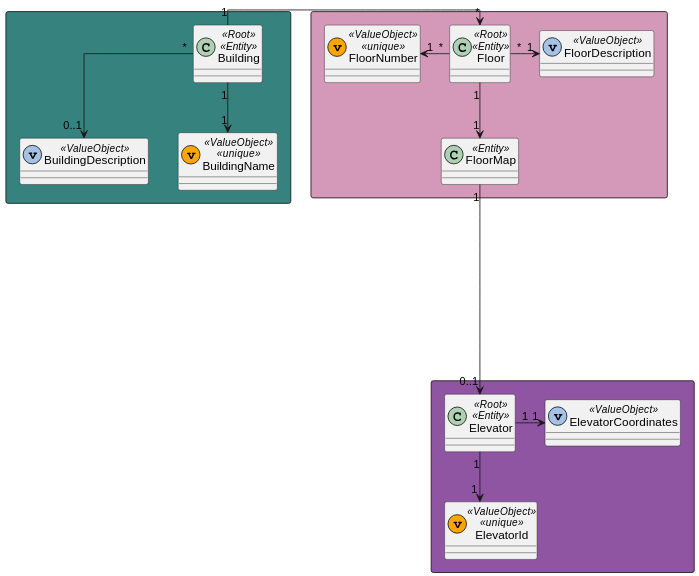
Above: docs/US_300/Diagrams/DomainModelExcerpt.svg in Pedro-Pereira1/sem5pi_23_24_g056 (PlantUML), before the change. The source it was exported from:
```plantuml
@startuml
skinparam linetype ortho


rectangle #36827F{
class Building  << Root >> << Entity >>
class BuildingDescription  << (v,#A4C2E5) ValueObject >>
class BuildingName  << (v,orange) ValueObject >> << unique >>
}

rectangle #D499B9{
class Floor  << Root >> << Entity >>
class FloorNumber  << (v,orange) ValueObject >> << unique >>
class FloorDescription  << (v,#A4C2E5) ValueObject >>
class FloorMap  << Entity >>

}
rectangle #9055A2{
class Elevator  << Root >> << Entity >>
class ElevatorId  << (v,orange) ValueObject >> << unique >>
class ElevatorCoordinates << (v,#A4C2E5) ValueObject >>
}


Building "1"->"*" Floor
Building "*"-->"0..1" BuildingDescription
Building "1"-->"1" BuildingName

Floor "1"-d->"1" FloorMap
Floor "*"-u>"1" FloorNumber
Floor "*"->"1" FloorDescription
FloorMap "1"-d---->"0..1" Elevator


Elevator "1"-d->"1" ElevatorId
Elevator "1"->"1" ElevatorCoordinates
@enduml
```
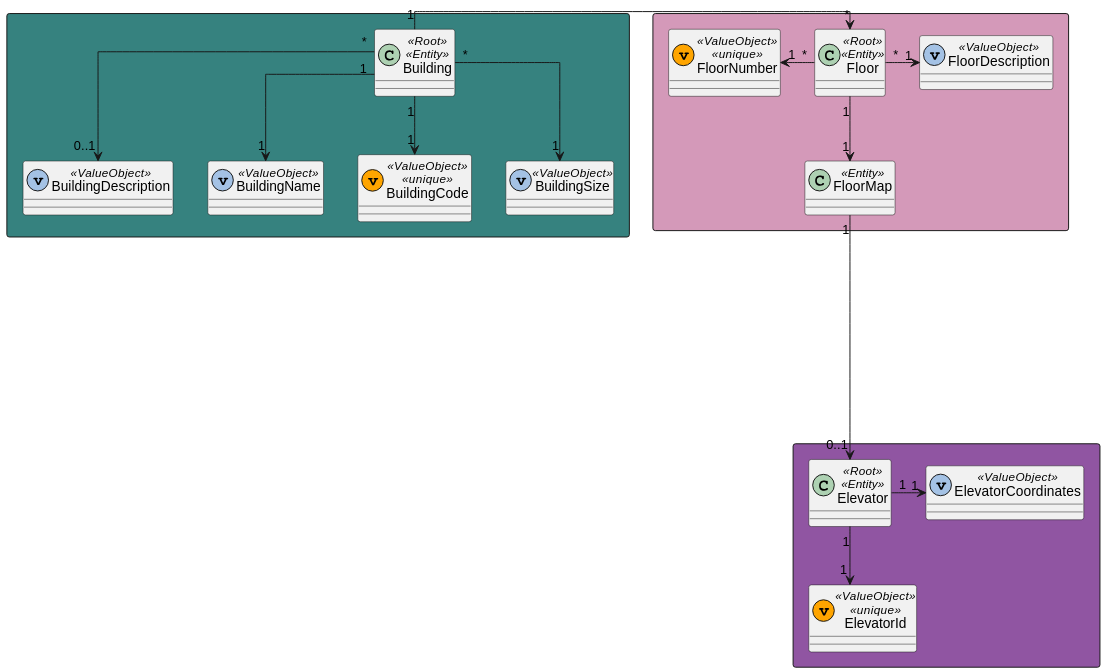
Above is the later version.

Commit message:
Updated Documentation updated Domain Model Excerpt with new Domain Model of US200

Diff of the diagram source:
```diff
@@ -5,7 +5,9 @@
 rectangle #36827F{
 class Building  << Root >> << Entity >>
 class BuildingDescription  << (v,#A4C2E5) ValueObject >>
-class BuildingName  << (v,orange) ValueObject >> << unique >>
+class BuildingName  << (v,#A4C2E5) ValueObject >>
+class BuildingCode  << (v,orange) ValueObject >> << unique >>
+class BuildingSize  << (v,#A4C2E5) ValueObject >>
 }
 
 rectangle #D499B9{
@@ -25,6 +27,8 @@
 Building "1"->"*" Floor
 Building "*"-->"0..1" BuildingDescription
 Building "1"-->"1" BuildingName
+Building "*"-->"1" BuildingSize
+Building "1"-->"1" BuildingCode
 
 Floor "1"-d->"1" FloorMap
 Floor "*"-u>"1" FloorNumber
```
